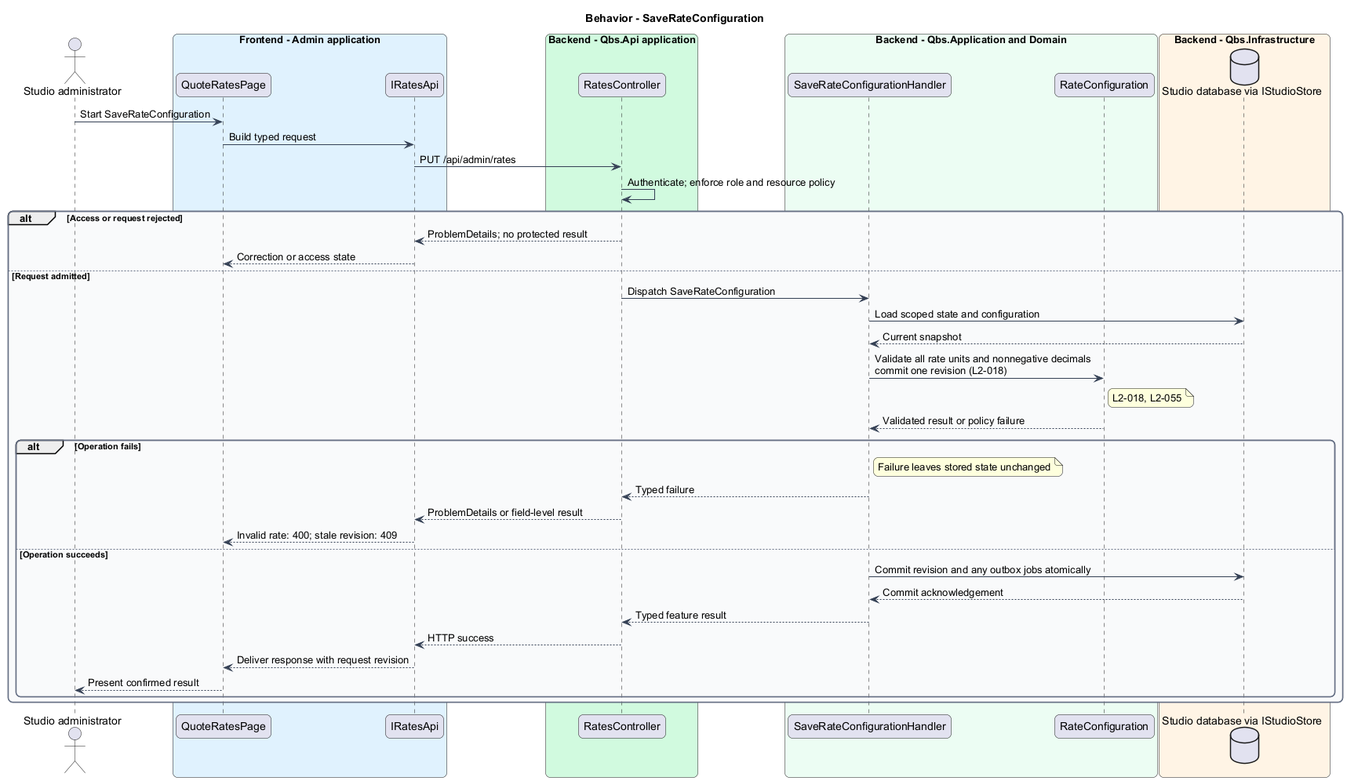
The PlantUML diagram docs/detailed-designs/quotations/configure-rates/diagrams/sequence-save-rate-configuration.png in QuinntyneBrown/quinntyne-brown-studio, before a commit.
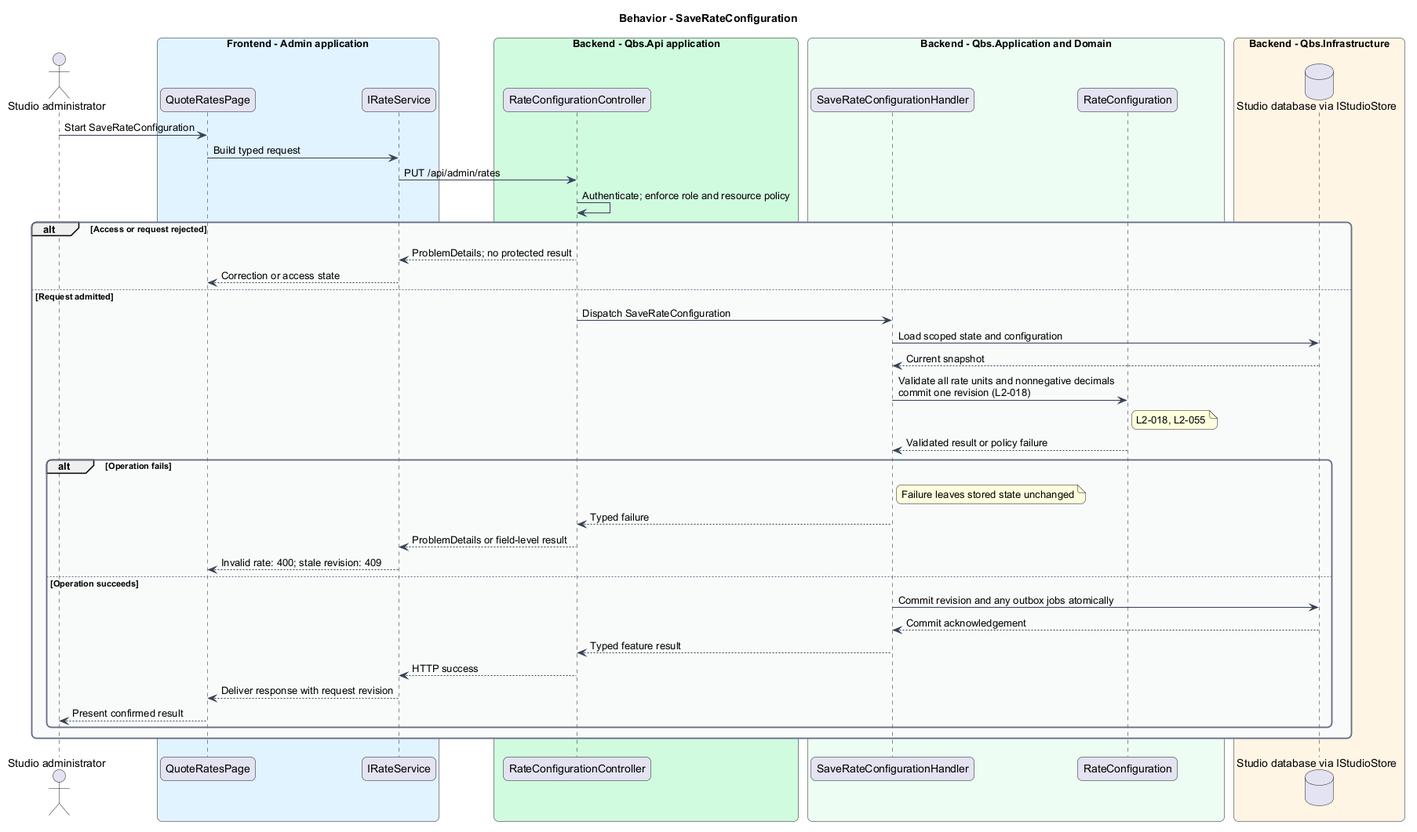
Above is the later version.

Change to the diagram source:
```diff
@@ -17,10 +17,10 @@
 actor "Studio administrator" as actor
 box "Frontend - Admin application" #E0F2FE
  participant "QuoteRatesPage" as page
- participant "IRatesApi" as client
+ participant "IRateService" as client
 end box
 box "Backend - Qbs.Api application" #D1FADF
- participant "RatesController" as controller
+ participant "RateConfigurationController" as controller
 end box
 box "Backend - Qbs.Application and Domain" #ECFDF3
  participant "SaveRateConfigurationHandler" as handler
```
